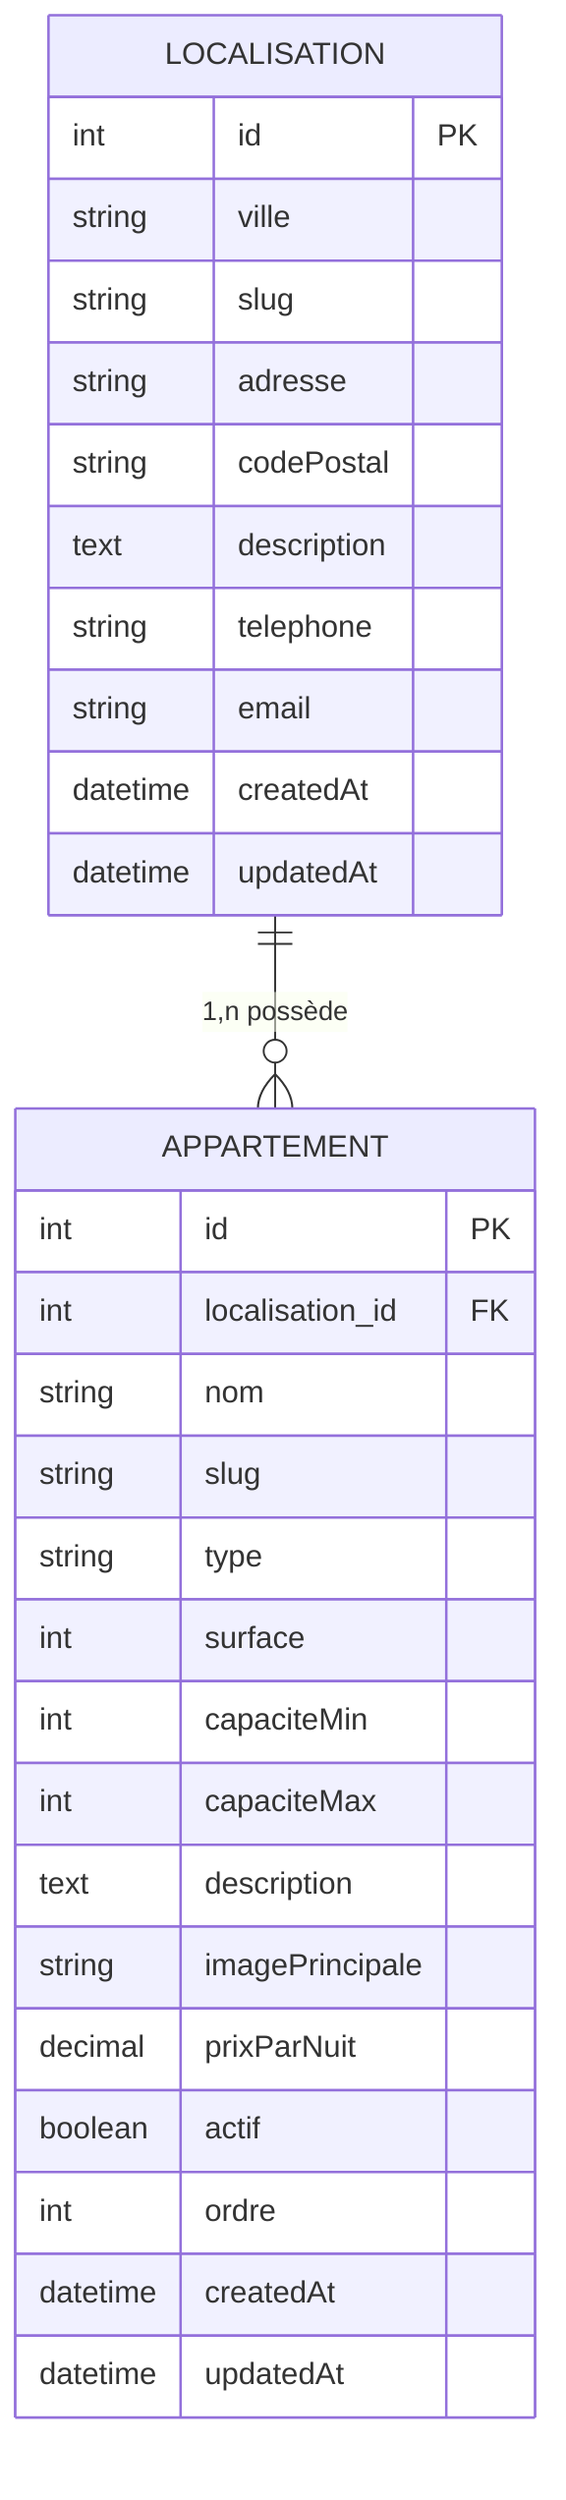
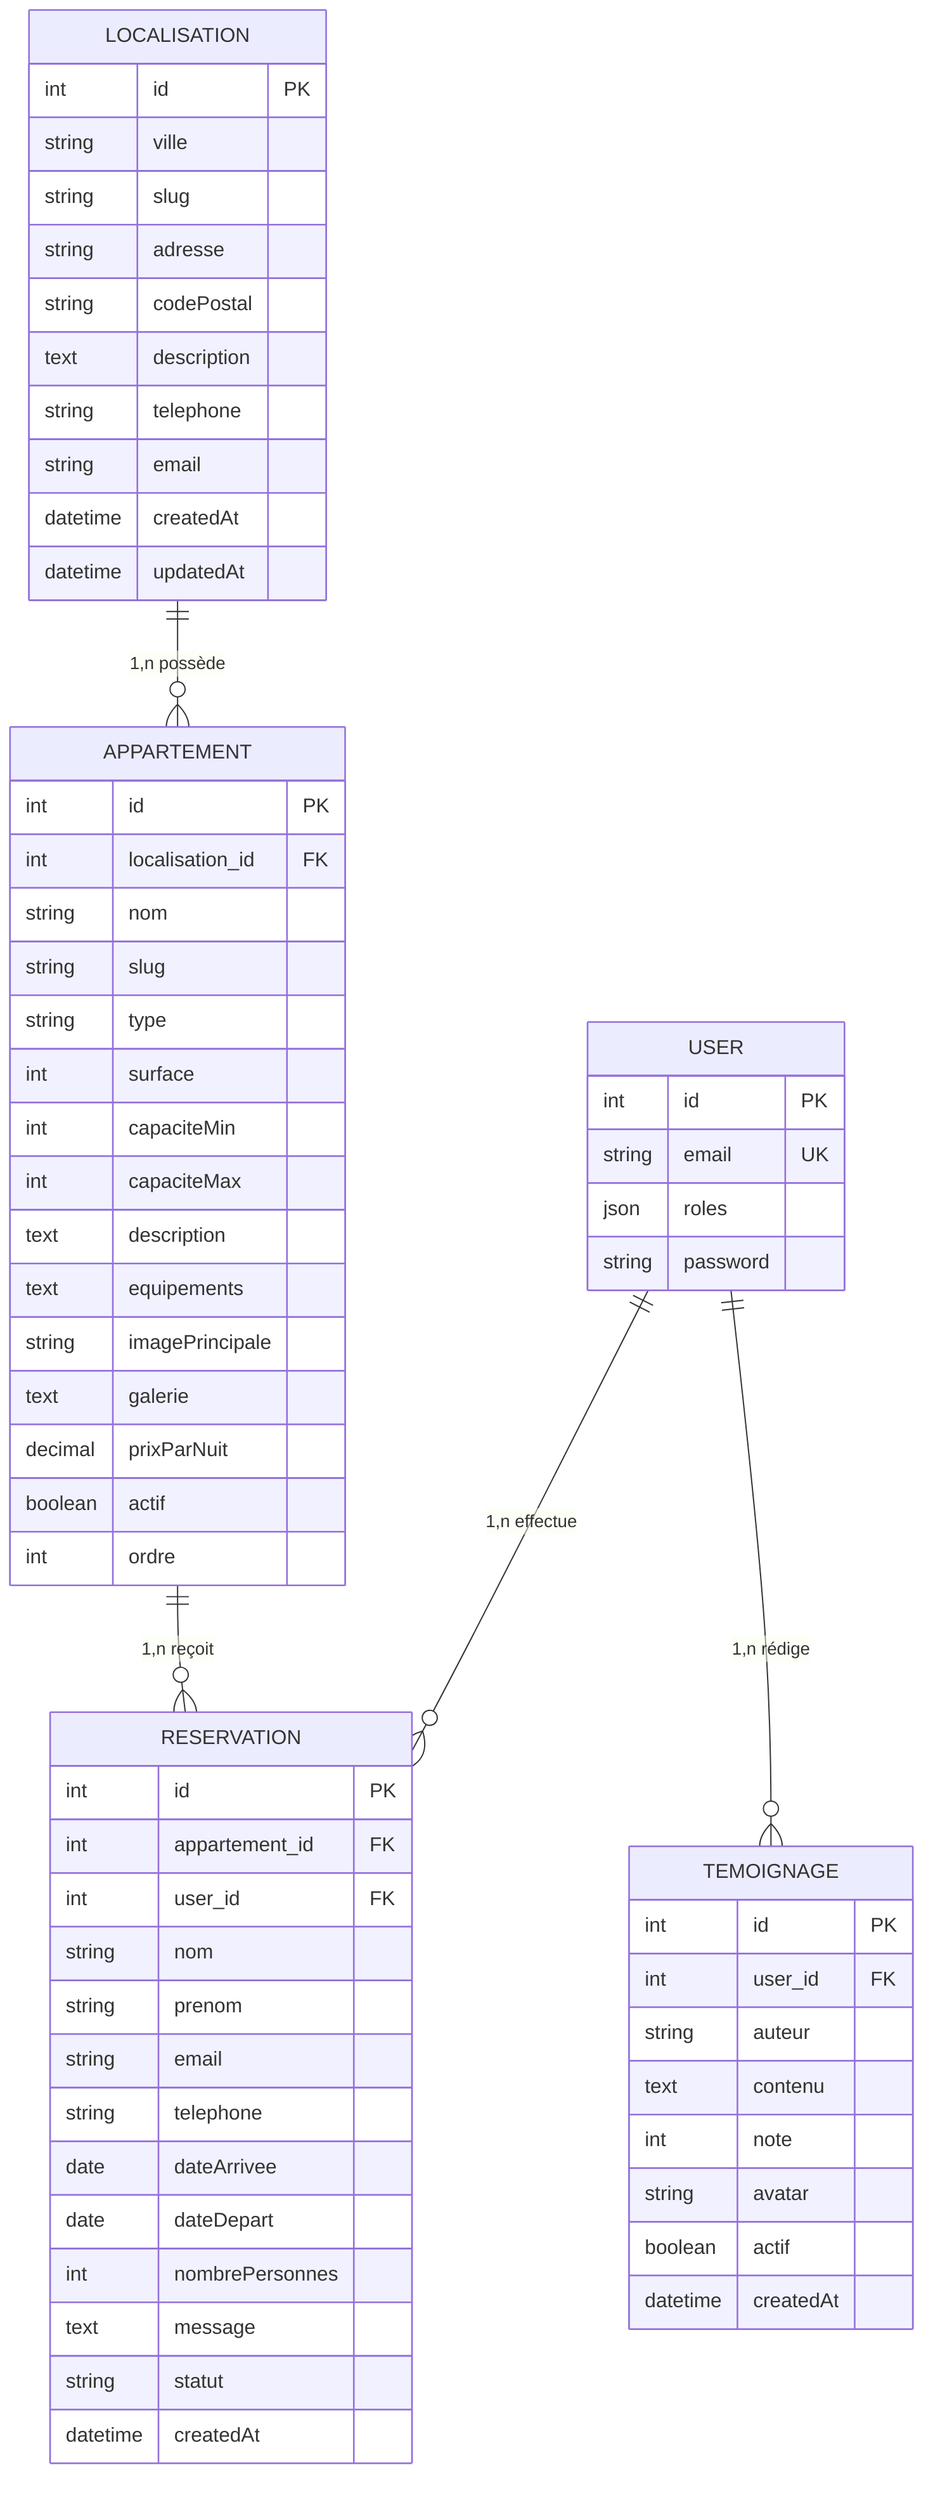
erDiagram
+ 
    LOCALISATION {
        int id PK
        string ville
        string slug
        string adresse
        string codePostal
        text description
        string telephone
        string email
        datetime createdAt
        datetime updatedAt
    }

    APPARTEMENT {
        int id PK
        int localisation_id FK
        string nom
        string slug
        string type
        int surface
        int capaciteMin
        int capaciteMax
        text description
+         text equipements
        string imagePrincipale
+         text galerie
        decimal prixParNuit
        boolean actif
        int ordre
-         datetime createdAt
-         datetime updatedAt
    }

-     LOCALISATION ||--o{ APPARTEMENT : "1,n possède"+     RESERVATION {
+         int id PK
+         int appartement_id FK
+         int user_id FK
+         string nom
+         string prenom
+         string email
+         string telephone
+         date dateArrivee
+         date dateDepart
+         int nombrePersonnes
+         text message
+         string statut
+         datetime createdAt
+     }
+ 
+     TEMOIGNAGE {
+         int id PK
+         int user_id FK
+         string auteur
+         text contenu
+         int note
+         string avatar
+         boolean actif
+         datetime createdAt
+     }
+ 
+     USER {
+         int id PK
+         string email UK
+         json roles
+         string password
+     }
+ 
+     %% Relations avec cardinalités
+ 
+     LOCALISATION ||--o{ APPARTEMENT : "1,n possède"
+     APPARTEMENT ||--o{ RESERVATION : "1,n reçoit"
+     USER ||--o{ RESERVATION : "1,n effectue"
+     USER ||--o{ TEMOIGNAGE : "1,n rédige"